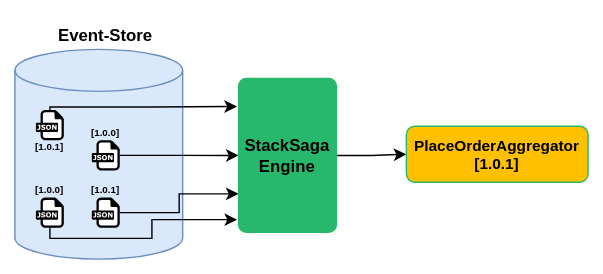
The draw.io diagram docs/modules/implementations/images/aggregator/stacksaga-diagram-event-rebuiding.drawio.svg in stacksaga/stacksaga-docs, before a commit. Source tidied: cells renumbered, new cells last; positions are measured from the earlier drawing's top-left corner, leaving out a move shared by most shapes.
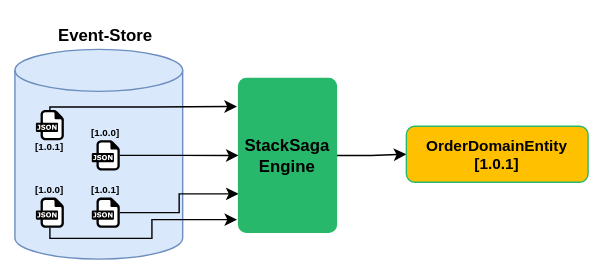
Above is the later version.

Change to the diagram source:
```diff
@@ -32,7 +32,7 @@
     <mxCell id="11" value="StackSaga Engine" style="rounded=1;whiteSpace=wrap;html=1;glass=0;strokeColor=#28B86C;align=center;verticalAlign=middle;fontFamily=Helvetica;fontSize=12;fontColor=#000000;fontStyle=1;fillColor=#28B86C;arcSize=8;" parent="1" vertex="1">
       <mxGeometry x="160" y="45.7" width="70" height="110" as="geometry" />
     </mxCell>
-    <mxCell id="12" value="&lt;font style=&quot;font-size: 11px;&quot;&gt;PlaceOrderAggregator&lt;/font&gt;&lt;div style=&quot;font-size: 11px;&quot;&gt;&lt;font style=&quot;font-size: 11px;&quot;&gt;[1.0.1]&lt;/font&gt;&lt;/div&gt;" style="rounded=1;whiteSpace=wrap;html=1;glass=0;strokeColor=#28B86C;align=center;verticalAlign=middle;fontFamily=Helvetica;fontSize=12;fontColor=default;fontStyle=1;fillColor=#FFC000;" parent="1" vertex="1">
+    <mxCell id="12" value="&lt;font style=&quot;font-size: 11px;&quot;&gt;OrderDomainEntity&lt;/font&gt;&lt;div style=&quot;font-size: 11px;&quot;&gt;&lt;font style=&quot;font-size: 11px;&quot;&gt;[1.0.1]&lt;/font&gt;&lt;/div&gt;" style="rounded=1;whiteSpace=wrap;html=1;glass=0;strokeColor=#28B86C;align=center;verticalAlign=middle;fontFamily=Helvetica;fontSize=12;fontColor=default;fontStyle=1;fillColor=#FFC000;" parent="1" vertex="1">
       <mxGeometry x="280" y="79.8" width="130" height="40" as="geometry" />
     </mxCell>
     <mxCell id="13" value="[1.0.0]" style="text;html=1;align=center;verticalAlign=middle;whiteSpace=wrap;rounded=0;fontStyle=1;fontSize=7;" parent="1" vertex="1">
```
